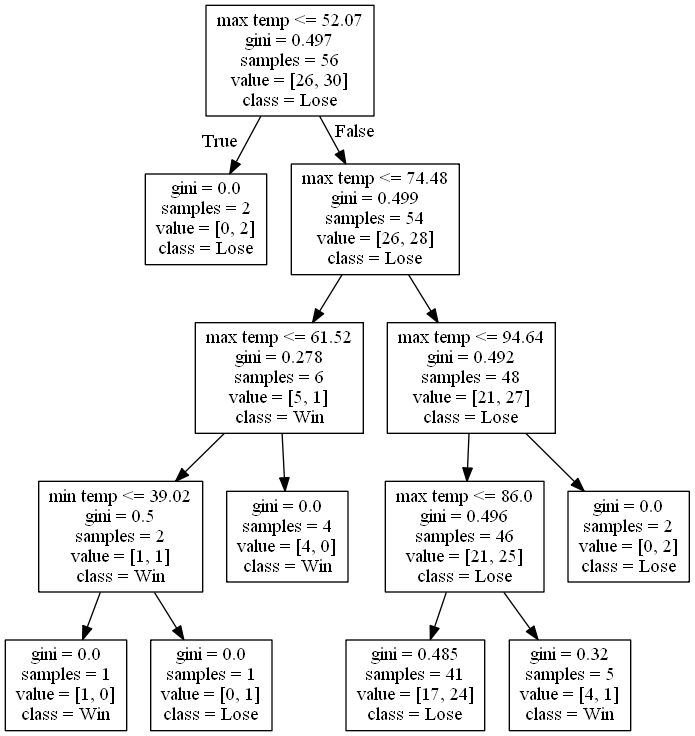
Before: DecisionTrees/decision_tree_no_score_or_attendance2.png, a diagram exported from Graphviz (alexana-steck/CSE482Project). Its source is kept beside it as DecisionTrees/decision_tree_no_score_or_attendance2.dot.
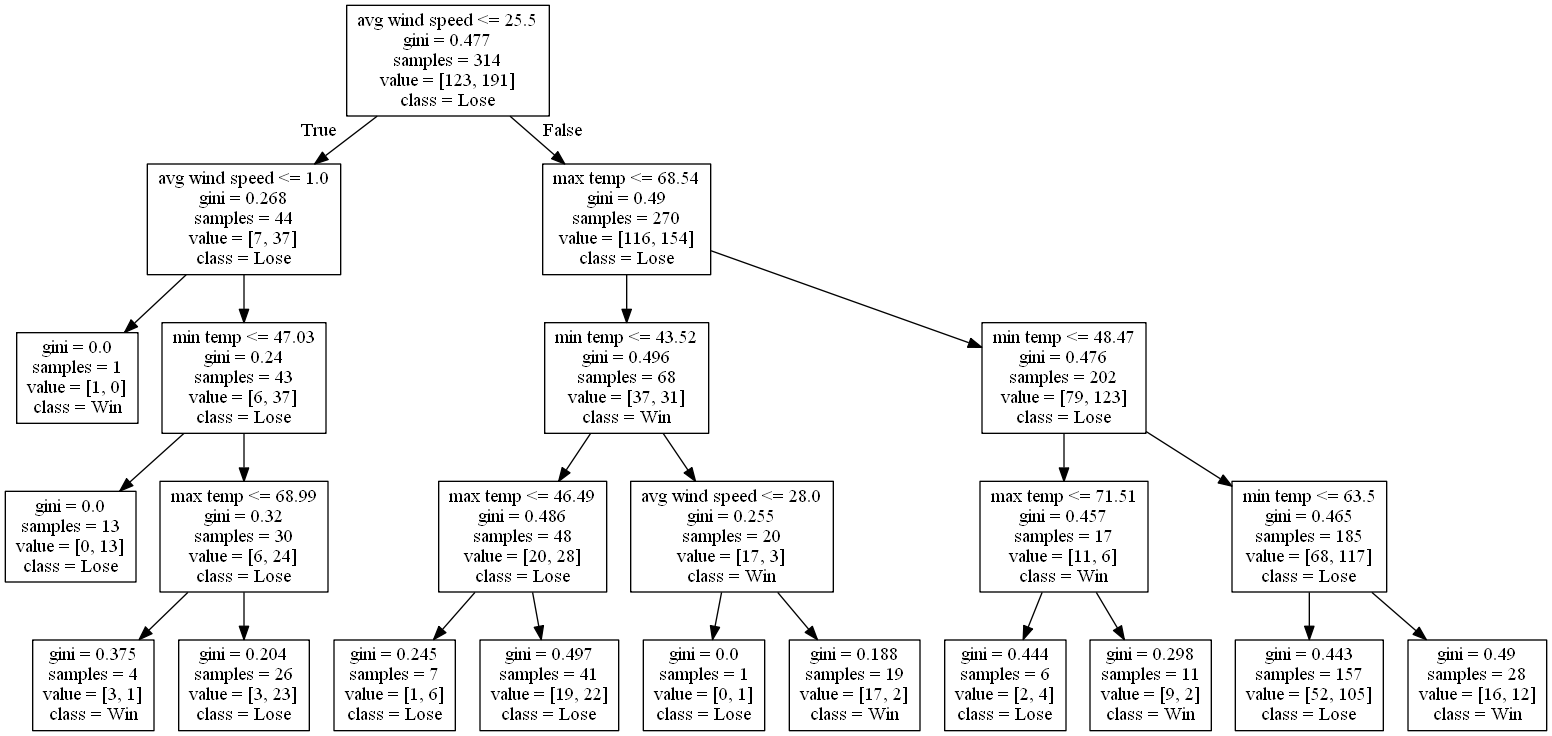
Later version of the same file.

Change to the diagram source:
```diff
@@ -1,28 +1,48 @@
 digraph Tree {
 node [shape=box] ;
-0 [label="max temp <= 52.07\ngini = 0.497\nsamples = 56\nvalue = [26, 30]\nclass = Lose"] ;
-1 [label="gini = 0.0\nsamples = 2\nvalue = [0, 2]\nclass = Lose"] ;
+0 [label="avg wind speed <= 25.5\ngini = 0.477\nsamples = 314\nvalue = [123, 191]\nclass = Lose"] ;
+1 [label="avg wind speed <= 1.0\ngini = 0.268\nsamples = 44\nvalue = [7, 37]\nclass = Lose"] ;
 0 -> 1 [labeldistance=2.5, labelangle=45, headlabel="True"] ;
-2 [label="max temp <= 74.48\ngini = 0.499\nsamples = 54\nvalue = [26, 28]\nclass = Lose"] ;
-0 -> 2 [labeldistance=2.5, labelangle=-45, headlabel="False"] ;
-3 [label="max temp <= 61.52\ngini = 0.278\nsamples = 6\nvalue = [5, 1]\nclass = Win"] ;
-2 -> 3 ;
-4 [label="min temp <= 39.02\ngini = 0.5\nsamples = 2\nvalue = [1, 1]\nclass = Win"] ;
+2 [label="gini = 0.0\nsamples = 1\nvalue = [1, 0]\nclass = Win"] ;
+1 -> 2 ;
+3 [label="min temp <= 47.03\ngini = 0.24\nsamples = 43\nvalue = [6, 37]\nclass = Lose"] ;
+1 -> 3 ;
+4 [label="gini = 0.0\nsamples = 13\nvalue = [0, 13]\nclass = Lose"] ;
 3 -> 4 ;
-5 [label="gini = 0.0\nsamples = 1\nvalue = [1, 0]\nclass = Win"] ;
-4 -> 5 ;
-6 [label="gini = 0.0\nsamples = 1\nvalue = [0, 1]\nclass = Lose"] ;
-4 -> 6 ;
-7 [label="gini = 0.0\nsamples = 4\nvalue = [4, 0]\nclass = Win"] ;
-3 -> 7 ;
-8 [label="max temp <= 94.64\ngini = 0.492\nsamples = 48\nvalue = [21, 27]\nclass = Lose"] ;
-2 -> 8 ;
-9 [label="max temp <= 86.0\ngini = 0.496\nsamples = 46\nvalue = [21, 25]\nclass = Lose"] ;
+5 [label="max temp <= 68.99\ngini = 0.32\nsamples = 30\nvalue = [6, 24]\nclass = Lose"] ;
+3 -> 5 ;
+6 [label="gini = 0.375\nsamples = 4\nvalue = [3, 1]\nclass = Win"] ;
+5 -> 6 ;
+7 [label="gini = 0.204\nsamples = 26\nvalue = [3, 23]\nclass = Lose"] ;
+5 -> 7 ;
+8 [label="max temp <= 68.54\ngini = 0.49\nsamples = 270\nvalue = [116, 154]\nclass = Lose"] ;
+0 -> 8 [labeldistance=2.5, labelangle=-45, headlabel="False"] ;
+9 [label="min temp <= 43.52\ngini = 0.496\nsamples = 68\nvalue = [37, 31]\nclass = Win"] ;
 8 -> 9 ;
-10 [label="gini = 0.485\nsamples = 41\nvalue = [17, 24]\nclass = Lose"] ;
+10 [label="max temp <= 46.49\ngini = 0.486\nsamples = 48\nvalue = [20, 28]\nclass = Lose"] ;
 9 -> 10 ;
-11 [label="gini = 0.32\nsamples = 5\nvalue = [4, 1]\nclass = Win"] ;
-9 -> 11 ;
-12 [label="gini = 0.0\nsamples = 2\nvalue = [0, 2]\nclass = Lose"] ;
-8 -> 12 ;
+11 [label="gini = 0.245\nsamples = 7\nvalue = [1, 6]\nclass = Lose"] ;
+10 -> 11 ;
+12 [label="gini = 0.497\nsamples = 41\nvalue = [19, 22]\nclass = Lose"] ;
+10 -> 12 ;
+13 [label="avg wind speed <= 28.0\ngini = 0.255\nsamples = 20\nvalue = [17, 3]\nclass = Win"] ;
+9 -> 13 ;
+14 [label="gini = 0.0\nsamples = 1\nvalue = [0, 1]\nclass = Lose"] ;
+13 -> 14 ;
+15 [label="gini = 0.188\nsamples = 19\nvalue = [17, 2]\nclass = Win"] ;
+13 -> 15 ;
+16 [label="min temp <= 48.47\ngini = 0.476\nsamples = 202\nvalue = [79, 123]\nclass = Lose"] ;
+8 -> 16 ;
+17 [label="max temp <= 71.51\ngini = 0.457\nsamples = 17\nvalue = [11, 6]\nclass = Win"] ;
+16 -> 17 ;
+18 [label="gini = 0.444\nsamples = 6\nvalue = [2, 4]\nclass = Lose"] ;
+17 -> 18 ;
+19 [label="gini = 0.298\nsamples = 11\nvalue = [9, 2]\nclass = Win"] ;
+17 -> 19 ;
+20 [label="min temp <= 63.5\ngini = 0.465\nsamples = 185\nvalue = [68, 117]\nclass = Lose"] ;
+16 -> 20 ;
+21 [label="gini = 0.443\nsamples = 157\nvalue = [52, 105]\nclass = Lose"] ;
+20 -> 21 ;
+22 [label="gini = 0.49\nsamples = 28\nvalue = [16, 12]\nclass = Win"] ;
+20 -> 22 ;
 }
```
